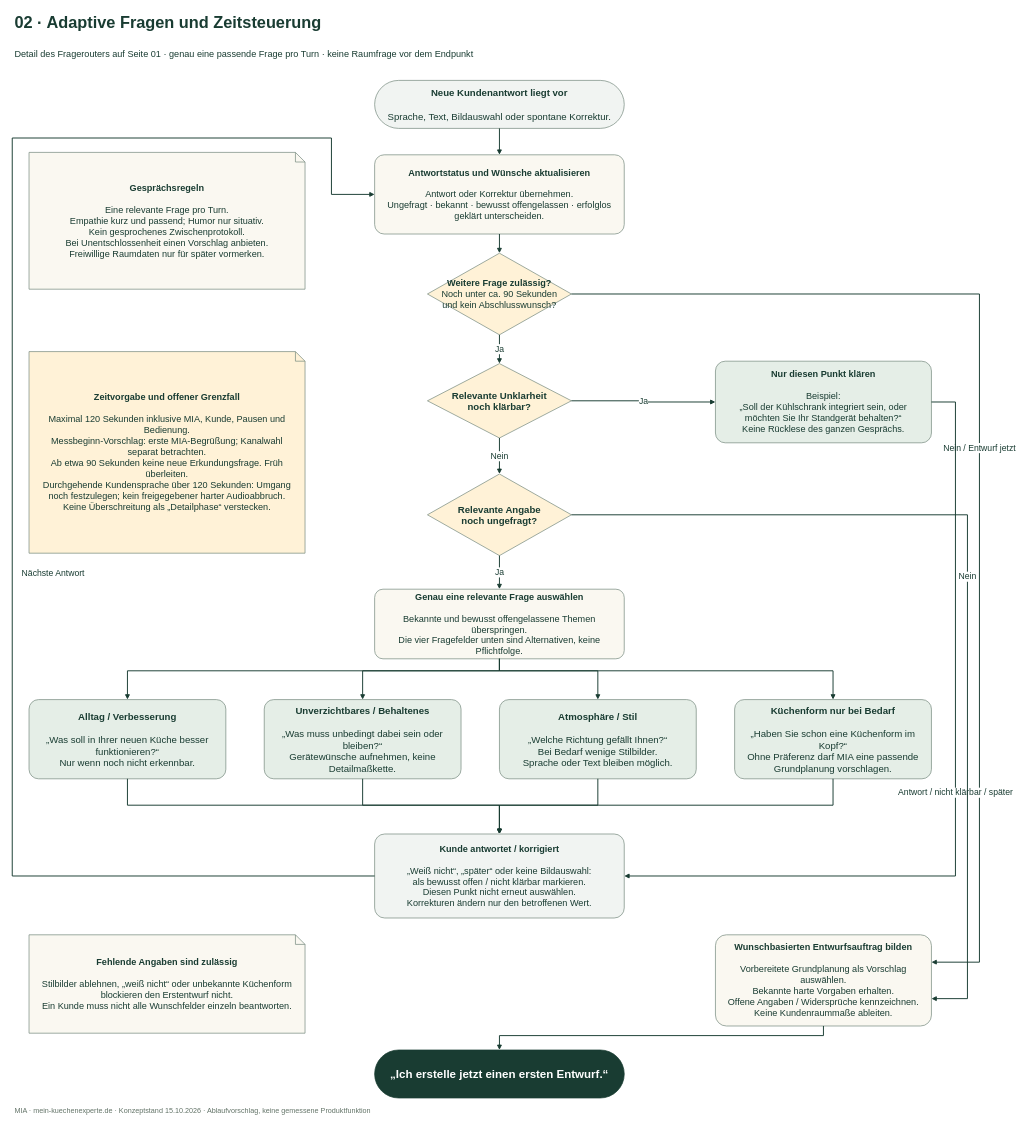
Earlier version of the draw.io diagram page "02 · Adaptive Fragen und Zeitsteuerung" (2 of 4) of docs/mia/diagrams/FIRST_CONVERSATION.drawio (KonstantinData/KI-LIVE-VOICE-AGENTS). Source tidied: cells renumbered, new cells numbered last; positions are measured from the earlier drawing's top-left corner, leaving out a move shared by most shapes. Both pictures are drawn from the tidied source at 48%, with x=0, y=0 at pixel (12, 8).
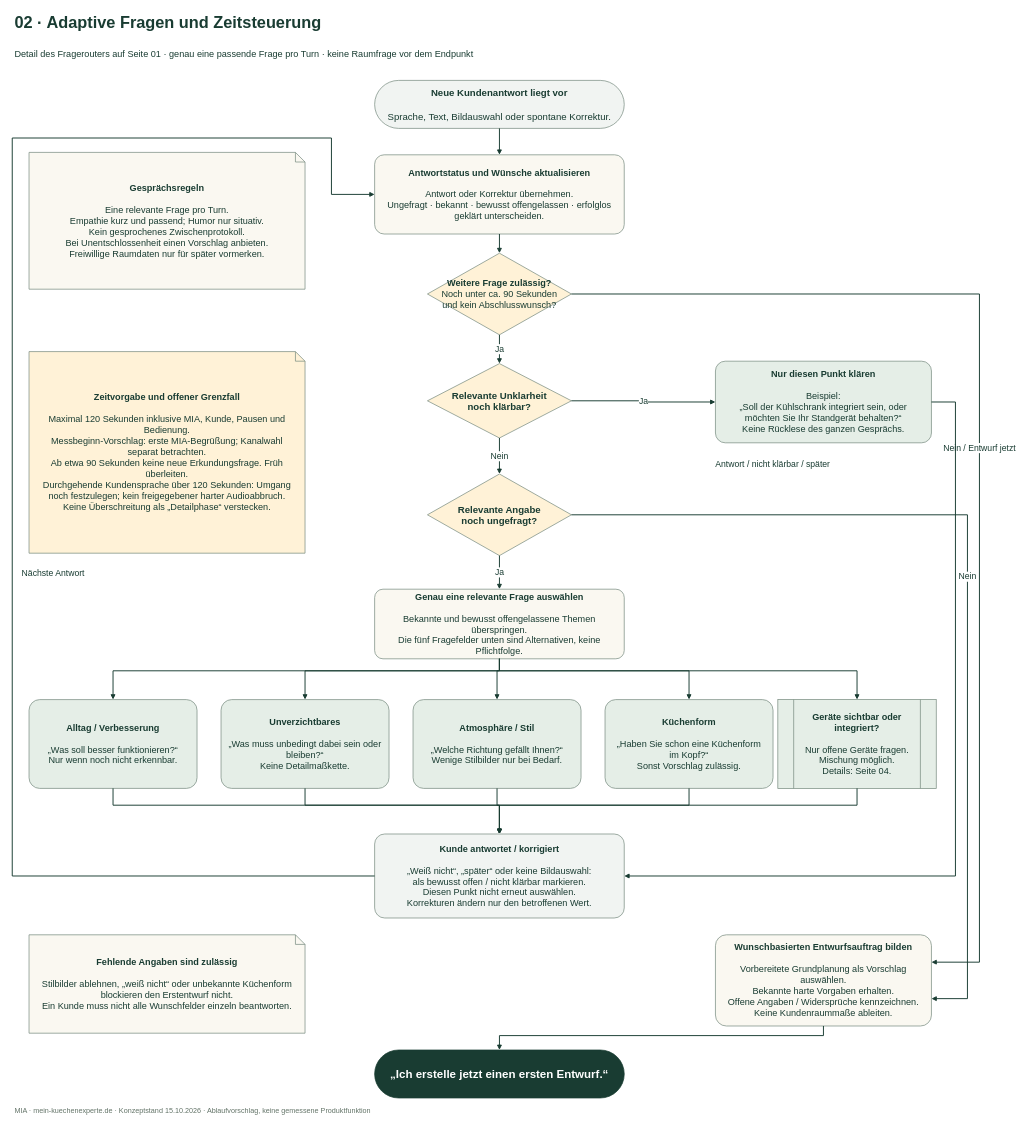
Above is the later version.

Commit message (it also covers changes not shown here):
docs(mia): add appliance questions to first conversation diagram

Unchanged cells that the change refers to:
```xml
<mxCell id="6" value="&lt;b&gt;Antwortstatus und Wünsche aktualisieren&lt;/b&gt;&lt;br&gt;&lt;br&gt;Antwort oder Korrektur übernehmen.&lt;br&gt;Ungefragt · bekannt · bewusst offengelassen · erfolglos geklärt unterscheiden." style="rounded=1;arcSize=12;whiteSpace=wrap;html=1;fillColor=#FAF8F1;strokeColor=#788C80;fontColor=#193C32;fontFamily=Arial;fontSize=19;align=center;verticalAlign=middle;spacing=14;shadow=0;strokeWidth=1.5;" parent="1" vertex="1">
  <mxGeometry x="755" y="305" width="520" height="165" as="geometry" />
</mxCell>
<mxCell id="9" value="&lt;b&gt;Nur diesen Punkt klären&lt;/b&gt;&lt;br&gt;&lt;br&gt;Beispiel:&lt;br&gt;„Soll der Kühlschrank integriert sein, oder möchten Sie Ihr Standgerät behalten?“&lt;br&gt;Keine Rücklese des ganzen Gesprächs." style="rounded=1;arcSize=12;whiteSpace=wrap;html=1;fillColor=#E5EEE7;strokeColor=#788C80;fontColor=#193C32;fontFamily=Arial;fontSize=19;align=center;verticalAlign=middle;spacing=14;shadow=0;strokeWidth=1.5;" parent="1" vertex="1">
  <mxGeometry x="1465" y="735" width="450" height="170" as="geometry" />
</mxCell>
<mxCell id="16" value="&lt;b&gt;Kunde antwortet / korrigiert&lt;/b&gt;&lt;br&gt;&lt;br&gt;„Weiß nicht“, „später“ oder keine Bildauswahl:&lt;br&gt;als bewusst offen / nicht klärbar markieren.&lt;br&gt;Diesen Punkt nicht erneut auswählen.&lt;br&gt;Korrekturen ändern nur den betroffenen Wert." style="rounded=1;arcSize=12;whiteSpace=wrap;html=1;fillColor=#F1F4F2;strokeColor=#788C80;fontColor=#193C32;fontFamily=Arial;fontSize=19;align=center;verticalAlign=middle;spacing=14;shadow=0;strokeWidth=1.5;" parent="1" vertex="1">
  <mxGeometry x="755" y="1720" width="520" height="175" as="geometry" />
</mxCell>
<mxCell id="17" value="&lt;b&gt;Wunschbasierten Entwurfsauftrag bilden&lt;/b&gt;&lt;br&gt;&lt;br&gt;Vorbereitete Grundplanung als Vorschlag auswählen.&lt;br&gt;Bekannte harte Vorgaben erhalten.&lt;br&gt;Offene Angaben / Widersprüche kennzeichnen.&lt;br&gt;Keine Kundenraummaße ableiten." style="rounded=1;arcSize=12;whiteSpace=wrap;html=1;fillColor=#FAF8F1;strokeColor=#788C80;fontColor=#193C32;fontFamily=Arial;fontSize=19;align=center;verticalAlign=middle;spacing=14;shadow=0;strokeWidth=1.5;" parent="1" vertex="1">
  <mxGeometry x="1465" y="1930" width="450" height="190" as="geometry" />
</mxCell>
<mxCell id="18" value="&lt;b&gt;„Ich erstelle jetzt einen ersten Entwurf.“&lt;/b&gt;" style="rounded=1;arcSize=50;whiteSpace=wrap;html=1;fillColor=#193C32;strokeColor=#193C32;fontColor=#FFFFFF;fontFamily=Arial;fontSize=24;align=center;verticalAlign=middle;spacing=14;shadow=0;strokeWidth=1.5;" parent="1" vertex="1">
  <mxGeometry x="755" y="2170" width="520" height="100" as="geometry" />
</mxCell>
```

The edit, as a diff of the source:
```diff
@@
-    <mxCell id="11" value="&lt;b&gt;Genau eine relevante Frage auswählen&lt;/b&gt;&lt;br&gt;&lt;br&gt;Bekannte und bewusst offengelassene Themen überspringen.&lt;br&gt;Die vier Fragefelder unten sind Alternativen, keine Pflichtfolge." style="rounded=1;arcSize=12;whiteSpace=wrap;html=1;fillColor=#FAF8F1;strokeColor=#788C80;fontColor=#193C32;fontFamily=Arial;fontSize=19;align=center;verticalAlign=middle;spacing=14;shadow=0;strokeWidth=1.5;" parent="1" vertex="1">
+    <mxCell id="11" value="&lt;b&gt;Genau eine relevante Frage auswählen&lt;/b&gt;&lt;br&gt;&lt;br&gt;Bekannte und bewusst offengelassene Themen überspringen.&lt;br&gt;Die fünf Fragefelder unten sind Alternativen, keine Pflichtfolge." style="rounded=1;arcSize=12;whiteSpace=wrap;html=1;fillColor=#FAF8F1;strokeColor=#788C80;fontColor=#193C32;fontFamily=Arial;fontSize=19;align=center;verticalAlign=middle;spacing=14;shadow=0;strokeWidth=1.5;" parent="1" vertex="1">
       <mxGeometry x="755" y="1210" width="520" height="145" as="geometry" />
     </mxCell>
-    <mxCell id="12" value="&lt;b&gt;Alltag / Verbesserung&lt;/b&gt;&lt;br&gt;&lt;br&gt;„Was soll in Ihrer neuen Küche besser funktionieren?“&lt;br&gt;Nur wenn noch nicht erkennbar." style="rounded=1;arcSize=12;whiteSpace=wrap;html=1;fillColor=#E5EEE7;strokeColor=#788C80;fontColor=#193C32;fontFamily=Arial;fontSize=20;align=center;verticalAlign=middle;spacing=14;shadow=0;strokeWidth=1.5;" parent="1" vertex="1">
-      <mxGeometry x="35" y="1440" width="410" height="165" as="geometry" />
+    <mxCell id="12" value="&lt;b&gt;Alltag / Verbesserung&lt;/b&gt;&lt;br&gt;&lt;br&gt;„Was soll besser funktionieren?“&lt;br&gt;Nur wenn noch nicht erkennbar." style="rounded=1;arcSize=12;whiteSpace=wrap;html=1;fillColor=#E5EEE7;strokeColor=#788C80;fontColor=#193C32;fontFamily=Arial;fontSize=19;align=center;verticalAlign=middle;spacing=14;shadow=0;strokeWidth=1.5;" parent="1" vertex="1">
+      <mxGeometry x="35" y="1440" width="350" height="185" as="geometry" />
     </mxCell>
-    <mxCell id="13" value="&lt;b&gt;Unverzichtbares / Behaltenes&lt;/b&gt;&lt;br&gt;&lt;br&gt;„Was muss unbedingt dabei sein oder bleiben?“&lt;br&gt;Gerätewünsche aufnehmen, keine Detailmaßkette." style="rounded=1;arcSize=12;whiteSpace=wrap;html=1;fillColor=#E5EEE7;strokeColor=#788C80;fontColor=#193C32;fontFamily=Arial;fontSize=20;align=center;verticalAlign=middle;spacing=14;shadow=0;strokeWidth=1.5;" parent="1" vertex="1">
-      <mxGeometry x="525" y="1440" width="410" height="165" as="geometry" />
+    <mxCell id="13" value="&lt;b&gt;Unverzichtbares&lt;/b&gt;&lt;br&gt;&lt;br&gt;„Was muss unbedingt dabei sein oder bleiben?“&lt;br&gt;Keine Detailmaßkette." style="rounded=1;arcSize=12;whiteSpace=wrap;html=1;fillColor=#E5EEE7;strokeColor=#788C80;fontColor=#193C32;fontFamily=Arial;fontSize=19;align=center;verticalAlign=middle;spacing=14;shadow=0;strokeWidth=1.5;" parent="1" vertex="1">
+      <mxGeometry x="435" y="1440" width="350" height="185" as="geometry" />
     </mxCell>
-    <mxCell id="14" value="&lt;b&gt;Atmosphäre / Stil&lt;/b&gt;&lt;br&gt;&lt;br&gt;„Welche Richtung gefällt Ihnen?“&lt;br&gt;Bei Bedarf wenige Stilbilder.&lt;br&gt;Sprache oder Text bleiben möglich." style="rounded=1;arcSize=12;whiteSpace=wrap;html=1;fillColor=#E5EEE7;strokeColor=#788C80;fontColor=#193C32;fontFamily=Arial;fontSize=20;align=center;verticalAlign=middle;spacing=14;shadow=0;strokeWidth=1.5;" parent="1" vertex="1">
-      <mxGeometry x="1015" y="1440" width="410" height="165" as="geometry" />
+    <mxCell id="14" value="&lt;b&gt;Atmosphäre / Stil&lt;/b&gt;&lt;br&gt;&lt;br&gt;„Welche Richtung gefällt Ihnen?“&lt;br&gt;Wenige Stilbilder nur bei Bedarf." style="rounded=1;arcSize=12;whiteSpace=wrap;html=1;fillColor=#E5EEE7;strokeColor=#788C80;fontColor=#193C32;fontFamily=Arial;fontSize=19;align=center;verticalAlign=middle;spacing=14;shadow=0;strokeWidth=1.5;" parent="1" vertex="1">
+      <mxGeometry x="835" y="1440" width="350" height="185" as="geometry" />
     </mxCell>
-    <mxCell id="15" value="&lt;b&gt;Küchenform nur bei Bedarf&lt;/b&gt;&lt;br&gt;&lt;br&gt;„Haben Sie schon eine Küchenform im Kopf?“&lt;br&gt;Ohne Präferenz darf MIA eine passende Grundplanung vorschlagen." style="rounded=1;arcSize=12;whiteSpace=wrap;html=1;fillColor=#E5EEE7;strokeColor=#788C80;fontColor=#193C32;fontFamily=Arial;fontSize=20;align=center;verticalAlign=middle;spacing=14;shadow=0;strokeWidth=1.5;" parent="1" vertex="1">
-      <mxGeometry x="1505" y="1440" width="410" height="165" as="geometry" />
+    <mxCell id="15" value="&lt;b&gt;Küchenform&lt;/b&gt;&lt;br&gt;&lt;br&gt;„Haben Sie schon eine Küchenform im Kopf?“&lt;br&gt;Sonst Vorschlag zulässig." style="rounded=1;arcSize=12;whiteSpace=wrap;html=1;fillColor=#E5EEE7;strokeColor=#788C80;fontColor=#193C32;fontFamily=Arial;fontSize=19;align=center;verticalAlign=middle;spacing=14;shadow=0;strokeWidth=1.5;" parent="1" vertex="1">
+      <mxGeometry x="1235" y="1440" width="350" height="185" as="geometry" />
     </mxCell>
+    <mxCell id="42" value="&lt;b&gt;Geräte sichtbar oder integriert?&lt;/b&gt;&lt;br&gt;&lt;br&gt;Nur offene Geräte fragen.&lt;br&gt;Mischung möglich.&lt;br&gt;Details: Seite 04." style="shape=process;whiteSpace=wrap;html=1;fillColor=#E5EEE7;strokeColor=#788C80;fontColor=#193C32;fontFamily=Arial;fontSize=19;align=center;verticalAlign=middle;spacing=14;shadow=0;strokeWidth=1.5;" parent="1" vertex="1">
+      <mxGeometry x="1595" y="1440" width="330" height="185" as="geometry" />
+    </mxCell>
@@
-    <mxCell id="27" value="Antwort / nicht klärbar / später" style="edgeStyle=orthogonalEdgeStyle;rounded=0;jettySize=24;html=1;endArrow=block;endFill=1;strokeColor=#193C32;strokeWidth=2;exitX=1;exitY=0.5;exitDx=0;exitDy=0;entryX=1;entryY=0.5;entryDx=0;entryDy=0;fontFamily=Arial;fontSize=18;fontColor=#193C32;labelBackgroundColor=#FFFFFF;labelBorderColor=none;" parent="1" edge="1" source="9" target="16">
+    <mxCell id="27" style="edgeStyle=orthogonalEdgeStyle;rounded=0;jettySize=24;html=1;endArrow=block;endFill=1;strokeColor=#193C32;strokeWidth=2;exitX=1;exitY=0.5;exitDx=0;exitDy=0;entryX=1;entryY=0.5;entryDx=0;entryDy=0;fontFamily=Arial;fontSize=18;fontColor=#193C32;labelBackgroundColor=#FFFFFF;labelBorderColor=none;" parent="1" edge="1" source="9" target="16">
       <mxGeometry relative="1" as="geometry">
         <Array as="points">
           <mxPoint x="1965" y="820" />
           <mxPoint x="1965" y="1807" />
         </Array>
       </mxGeometry>
     </mxCell>
+    <mxCell id="43" value="Antwort / nicht klärbar / später" style="text;html=1;whiteSpace=wrap;fillColor=none;strokeColor=none;align=left;verticalAlign=middle;fontFamily=Arial;fontSize=18;fontColor=#193C32;fontStyle=0;spacing=0;" parent="1" vertex="1">
+      <mxGeometry x="1465" y="930" width="450" height="40" as="geometry" />
+    </mxCell>
@@
     <mxCell id="31" style="edgeStyle=orthogonalEdgeStyle;rounded=0;jettySize=24;html=1;endArrow=block;endFill=1;strokeColor=#193C32;strokeWidth=2;exitX=0.5;exitY=1;exitDx=0;exitDy=0;entryX=0.5;entryY=0;entryDx=0;entryDy=0;fontFamily=Arial;fontSize=18;fontColor=#193C32;labelBackgroundColor=#FFFFFF;labelBorderColor=none;" parent="1" edge="1" source="11" target="12">
       <mxGeometry relative="1" as="geometry">
         <Array as="points">
           <mxPoint x="1015" y="1380" />
-          <mxPoint x="240" y="1380" />
+          <mxPoint x="210" y="1380" />
         </Array>
       </mxGeometry>
     </mxCell>
     <mxCell id="32" style="edgeStyle=orthogonalEdgeStyle;rounded=0;jettySize=24;html=1;endArrow=block;endFill=1;strokeColor=#193C32;strokeWidth=2;exitX=0.5;exitY=1;exitDx=0;exitDy=0;entryX=0.5;entryY=0;entryDx=0;entryDy=0;fontFamily=Arial;fontSize=18;fontColor=#193C32;labelBackgroundColor=#FFFFFF;labelBorderColor=none;" parent="1" edge="1" source="12" target="16">
       <mxGeometry relative="1" as="geometry">
         <Array as="points">
-          <mxPoint x="240" y="1660" />
+          <mxPoint x="210" y="1660" />
           <mxPoint x="1015" y="1660" />
         </Array>
       </mxGeometry>
     </mxCell>
     <mxCell id="33" style="edgeStyle=orthogonalEdgeStyle;rounded=0;jettySize=24;html=1;endArrow=block;endFill=1;strokeColor=#193C32;strokeWidth=2;exitX=0.5;exitY=1;exitDx=0;exitDy=0;entryX=0.5;entryY=0;entryDx=0;entryDy=0;fontFamily=Arial;fontSize=18;fontColor=#193C32;labelBackgroundColor=#FFFFFF;labelBorderColor=none;" parent="1" edge="1" source="11" target="13">
       <mxGeometry relative="1" as="geometry">
         <Array as="points">
           <mxPoint x="1015" y="1380" />
-          <mxPoint x="730" y="1380" />
+          <mxPoint x="610" y="1380" />
         </Array>
       </mxGeometry>
     </mxCell>
     <mxCell id="34" style="edgeStyle=orthogonalEdgeStyle;rounded=0;jettySize=24;html=1;endArrow=block;endFill=1;strokeColor=#193C32;strokeWidth=2;exitX=0.5;exitY=1;exitDx=0;exitDy=0;entryX=0.5;entryY=0;entryDx=0;entryDy=0;fontFamily=Arial;fontSize=18;fontColor=#193C32;labelBackgroundColor=#FFFFFF;labelBorderColor=none;" parent="1" edge="1" source="13" target="16">
       <mxGeometry relative="1" as="geometry">
         <Array as="points">
-          <mxPoint x="730" y="1660" />
+          <mxPoint x="610" y="1660" />
           <mxPoint x="1015" y="1660" />
         </Array>
       </mxGeometry>
     </mxCell>
     <mxCell id="35" style="edgeStyle=orthogonalEdgeStyle;rounded=0;jettySize=24;html=1;endArrow=block;endFill=1;strokeColor=#193C32;strokeWidth=2;exitX=0.5;exitY=1;exitDx=0;exitDy=0;entryX=0.5;entryY=0;entryDx=0;entryDy=0;fontFamily=Arial;fontSize=18;fontColor=#193C32;labelBackgroundColor=#FFFFFF;labelBorderColor=none;" parent="1" edge="1" source="11" target="14">
       <mxGeometry relative="1" as="geometry">
         <Array as="points">
           <mxPoint x="1015" y="1380" />
-          <mxPoint x="1220" y="1380" />
+          <mxPoint x="1010" y="1380" />
         </Array>
       </mxGeometry>
     </mxCell>
     <mxCell id="36" style="edgeStyle=orthogonalEdgeStyle;rounded=0;jettySize=24;html=1;endArrow=block;endFill=1;strokeColor=#193C32;strokeWidth=2;exitX=0.5;exitY=1;exitDx=0;exitDy=0;entryX=0.5;entryY=0;entryDx=0;entryDy=0;fontFamily=Arial;fontSize=18;fontColor=#193C32;labelBackgroundColor=#FFFFFF;labelBorderColor=none;" parent="1" edge="1" source="14" target="16">
       <mxGeometry relative="1" as="geometry">
         <Array as="points">
-          <mxPoint x="1220" y="1660" />
+          <mxPoint x="1010" y="1660" />
           <mxPoint x="1015" y="1660" />
         </Array>
       </mxGeometry>
     </mxCell>
     <mxCell id="37" style="edgeStyle=orthogonalEdgeStyle;rounded=0;jettySize=24;html=1;endArrow=block;endFill=1;strokeColor=#193C32;strokeWidth=2;exitX=0.5;exitY=1;exitDx=0;exitDy=0;entryX=0.5;entryY=0;entryDx=0;entryDy=0;fontFamily=Arial;fontSize=18;fontColor=#193C32;labelBackgroundColor=#FFFFFF;labelBorderColor=none;" parent="1" edge="1" source="11" target="15">
       <mxGeometry relative="1" as="geometry">
         <Array as="points">
           <mxPoint x="1015" y="1380" />
-          <mxPoint x="1710" y="1380" />
+          <mxPoint x="1410" y="1380" />
         </Array>
       </mxGeometry>
     </mxCell>
     <mxCell id="38" style="edgeStyle=orthogonalEdgeStyle;rounded=0;jettySize=24;html=1;endArrow=block;endFill=1;strokeColor=#193C32;strokeWidth=2;exitX=0.5;exitY=1;exitDx=0;exitDy=0;entryX=0.5;entryY=0;entryDx=0;entryDy=0;fontFamily=Arial;fontSize=18;fontColor=#193C32;labelBackgroundColor=#FFFFFF;labelBorderColor=none;" parent="1" edge="1" source="15" target="16">
       <mxGeometry relative="1" as="geometry">
         <Array as="points">
-          <mxPoint x="1710" y="1660" />
+          <mxPoint x="1410" y="1660" />
           <mxPoint x="1015" y="1660" />
         </Array>
       </mxGeometry>
     </mxCell>
-    <mxCell id="39" style="edgeStyle=orthogonalEdgeStyle;rounded=0;jettySize=24;html=1;endArrow=block;endFill=1;strokeColor=#193C32;strokeWidth=2;exitX=0;exitY=0.5;exitDx=0;exitDy=0;entryX=0;entryY=0.5;entryDx=0;entryDy=0;fontFamily=Arial;fontSize=18;fontColor=#193C32;labelBackgroundColor=#FFFFFF;labelBorderColor=none;" parent="1" edge="1" source="16" target="6">
+    <mxCell id="39" style="edgeStyle=orthogonalEdgeStyle;rounded=0;jettySize=24;html=1;endArrow=block;endFill=1;strokeColor=#193C32;strokeWidth=2;exitX=0.5;exitY=1;exitDx=0;exitDy=0;entryX=0.5;entryY=0;entryDx=0;entryDy=0;fontFamily=Arial;fontSize=18;fontColor=#193C32;labelBackgroundColor=#FFFFFF;labelBorderColor=none;" parent="1" edge="1" source="11" target="42">
       <mxGeometry relative="1" as="geometry">
         <Array as="points">
-          <mxPoint y="1807" />
-          <mxPoint y="270" />
-          <mxPoint x="665" y="270" />
-          <mxPoint x="665" y="387" />
+          <mxPoint x="1015" y="1380" />
+          <mxPoint x="1760" y="1380" />
         </Array>
       </mxGeometry>
     </mxCell>
+    <mxCell id="41" style="edgeStyle=orthogonalEdgeStyle;rounded=0;jettySize=24;html=1;endArrow=block;endFill=1;strokeColor=#193C32;strokeWidth=2;exitX=0.5;exitY=1;exitDx=0;exitDy=0;entryX=0.5;entryY=0;entryDx=0;entryDy=0;fontFamily=Arial;fontSize=18;fontColor=#193C32;labelBackgroundColor=#FFFFFF;labelBorderColor=none;" parent="1" edge="1" source="42" target="16">
+      <mxGeometry relative="1" as="geometry">
+        <Array as="points">
+          <mxPoint x="1760" y="1660" />
+          <mxPoint x="1015" y="1660" />
+        </Array>
+      </mxGeometry>
+    </mxCell>
+    <mxCell id="44" style="edgeStyle=orthogonalEdgeStyle;rounded=0;jettySize=24;html=1;endArrow=block;endFill=1;strokeColor=#193C32;strokeWidth=2;exitX=0;exitY=0.5;exitDx=0;exitDy=0;entryX=0;entryY=0.5;entryDx=0;entryDy=0;fontFamily=Arial;fontSize=18;fontColor=#193C32;labelBackgroundColor=#FFFFFF;labelBorderColor=none;" parent="1" edge="1" source="16" target="6">
+      <mxGeometry relative="1" as="geometry">
+        <Array as="points">
+          <mxPoint y="1807" />
+          <mxPoint y="270" />
+          <mxPoint x="665" y="270" />
+          <mxPoint x="665" y="387" />
+        </Array>
+      </mxGeometry>
+    </mxCell>
@@
-    <mxCell id="41" style="edgeStyle=orthogonalEdgeStyle;rounded=0;jettySize=24;html=1;endArrow=block;endFill=1;strokeColor=#193C32;strokeWidth=2;exitX=0.5;exitY=1;exitDx=0;exitDy=0;entryX=0.5;entryY=0;entryDx=0;entryDy=0;fontFamily=Arial;fontSize=18;fontColor=#193C32;labelBackgroundColor=#FFFFFF;labelBorderColor=none;" parent="1" edge="1" source="17" target="18">
-      <mxGeometry relative="1" as="geometry">
-        <Array as="points">
-          <mxPoint x="1690" y="2140" />
-          <mxPoint x="1015" y="2140" />
-        </Array>
-      </mxGeometry>
-    </mxCell>
+    <mxCell id="45" style="edgeStyle=orthogonalEdgeStyle;rounded=0;jettySize=24;html=1;endArrow=block;endFill=1;strokeColor=#193C32;strokeWidth=2;exitX=0.5;exitY=1;exitDx=0;exitDy=0;entryX=0.5;entryY=0;entryDx=0;entryDy=0;fontFamily=Arial;fontSize=18;fontColor=#193C32;labelBackgroundColor=#FFFFFF;labelBorderColor=none;" parent="1" edge="1" source="17" target="18">
+      <mxGeometry relative="1" as="geometry">
+        <Array as="points">
+          <mxPoint x="1690" y="2140" />
+          <mxPoint x="1015" y="2140" />
+        </Array>
+      </mxGeometry>
+    </mxCell>
```
